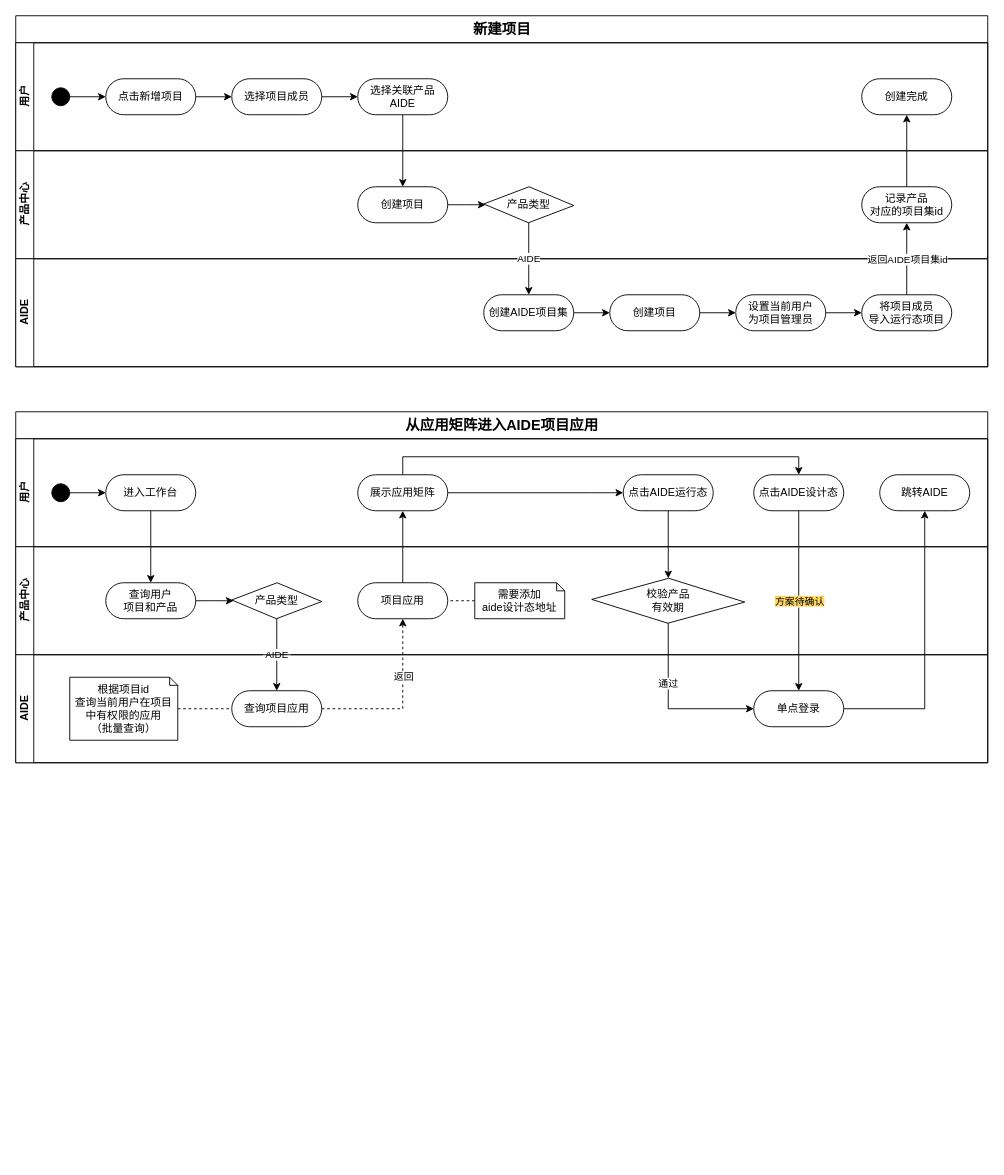
Qunz/drawio keeps this draw.io diagram as page "AIDE交互活动图" (3 of 3) of others/产品中心.drawio. Above is the earlier version. Source tidied: cells renumbered, new cells numbered last; positions are measured from the earlier drawing's top-left corner, leaving out a move shared by most shapes. Both pictures are drawn from the tidied source at 90%, with x=0, y=0 at pixel (15, 15).
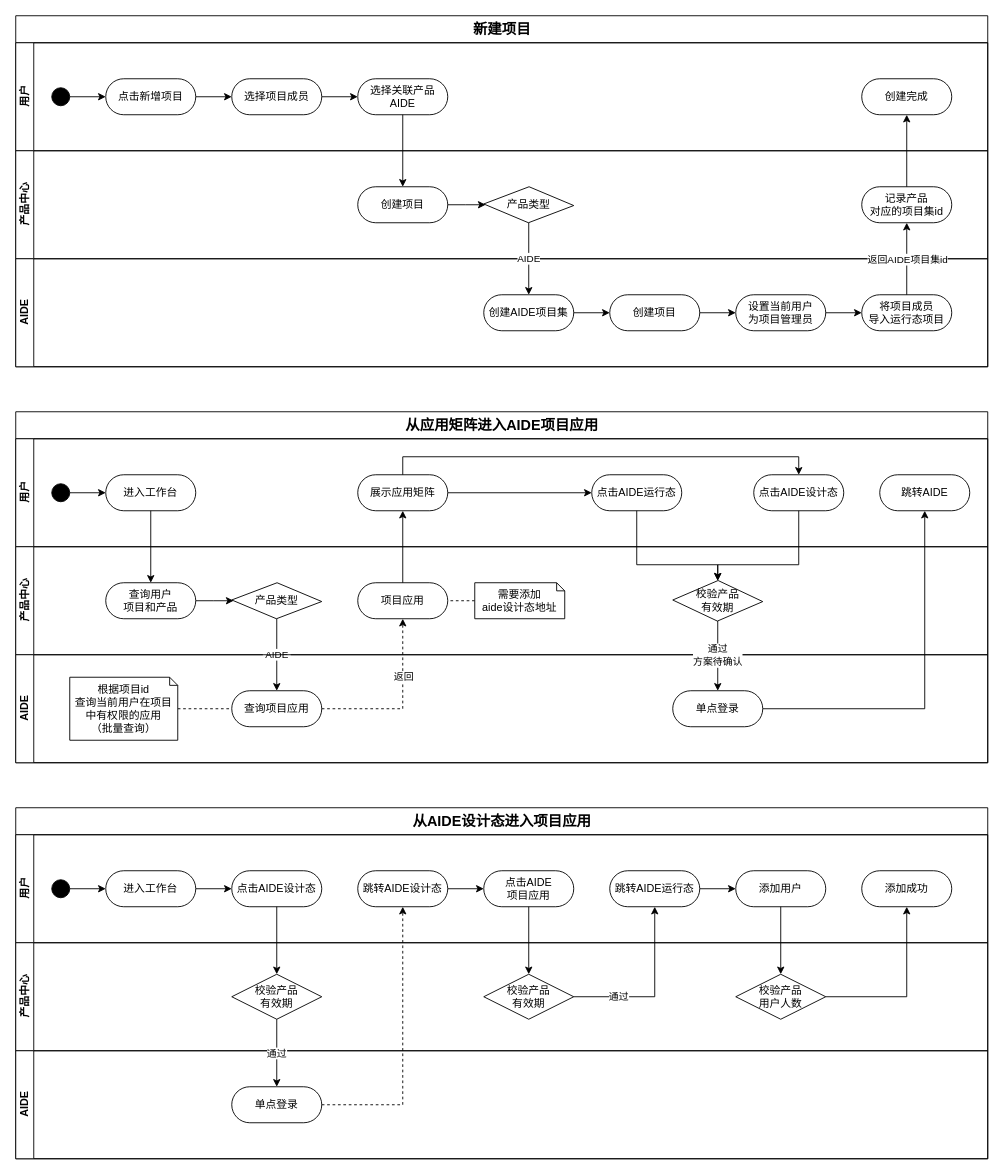
The same page after the edit.

The change refers to these unchanged cells:
```xml
<mxCell id="30" value="从应用矩阵进入AIDE项目应用" style="swimlane;horizontal=1;startSize=30;html=1;fontSize=16;" parent="1" vertex="1">
  <mxGeometry y="440" width="1080" height="390" as="geometry" />
</mxCell>
<mxCell id="31" value="用户" style="swimlane;startSize=20;horizontal=0;html=1;" parent="30" vertex="1">
  <mxGeometry y="30" width="1080" height="120" as="geometry" />
</mxCell>
<mxCell id="39" value="点击AIDE设计态" style="rounded=1;whiteSpace=wrap;html=1;arcSize=50;rotation=0;" parent="31" vertex="1">
  <mxGeometry x="820" y="40" width="100" height="40" as="geometry" />
</mxCell>
<mxCell id="41" value="产品中心" style="swimlane;startSize=20;horizontal=0;html=1;" parent="30" vertex="1">
  <mxGeometry y="150" width="1080" height="120" as="geometry" />
</mxCell>
<mxCell id="57" value="AIDE" style="swimlane;startSize=20;horizontal=0;html=1;" parent="30" vertex="1">
  <mxGeometry y="270" width="1080" height="120" as="geometry" />
</mxCell>
```

What changed in the source:
```diff
@@
     <mxCell id="37" value="点击AIDE运行态" style="rounded=1;whiteSpace=wrap;html=1;arcSize=50;rotation=0;" parent="31" vertex="1">
-      <mxGeometry x="675" y="40" width="100" height="40" as="geometry" />
+      <mxGeometry x="640" y="40" width="100" height="40" as="geometry" />
     </mxCell>
@@
     <mxCell id="48" value="校验产品&lt;div&gt;有效期&lt;/div&gt;" style="rhombus;whiteSpace=wrap;html=1;rotation=1;labelPosition=center;verticalLabelPosition=middle;align=center;verticalAlign=middle;" parent="41" vertex="1">
-      <mxGeometry x="640" y="35" width="170" height="50" as="geometry" />
+      <mxGeometry x="730" y="37.5" width="100" height="45.1" as="geometry" />
     </mxCell>
@@
     <mxCell id="52" style="edgeStyle=orthogonalEdgeStyle;rounded=0;jettySize=auto;html=1;" parent="30" edge="1" source="37" target="48">
-      <mxGeometry relative="1" as="geometry" />
+      <mxGeometry relative="1" as="geometry">
+        <Array as="points">
+          <mxPoint x="690" y="170" />
+          <mxPoint x="780" y="170" />
+        </Array>
+      </mxGeometry>
     </mxCell>
-    <mxCell id="53" value="通过" style="edgeStyle=orthogonalEdgeStyle;rounded=0;jettySize=auto;html=1;" parent="30" edge="1" source="48" target="59">
-      <mxGeometry x="-0.29" relative="1" as="geometry">
-        <Array as="points">
-          <mxPoint x="725" y="330" />
-        </Array>
-      </mxGeometry>
-    </mxCell>
@@
-    <mxCell id="55" style="edgeStyle=orthogonalEdgeStyle;rounded=0;jettySize=auto;html=1;" parent="30" edge="1" source="39" target="59">
-      <mxGeometry relative="1" as="geometry" />
-    </mxCell>
-    <mxCell id="56" value="&lt;span style=&quot;background-color: rgb(255, 217, 102);&quot;&gt;方案待确认&lt;/span&gt;" style="edgeLabel;html=1;align=center;verticalAlign=middle;" parent="55" vertex="1">
-      <mxGeometry x="0.12" y="-1" relative="1" as="geometry">
-        <mxPoint x="1" y="-12" as="offset" />
-      </mxGeometry>
-    </mxCell>
@@
-    <mxCell id="59" value="单点登录" style="rounded=1;whiteSpace=wrap;html=1;arcSize=50;rotation=0;" parent="57" vertex="1">
-      <mxGeometry x="820" y="40" width="100" height="40" as="geometry" />
-    </mxCell>
@@
+    <mxCell id="59" value="单点登录" style="rounded=1;whiteSpace=wrap;html=1;arcSize=50;rotation=0;" parent="57" vertex="1">
+      <mxGeometry x="730" y="40" width="100" height="40" as="geometry" />
+    </mxCell>
@@
+    <mxCell id="64" style="edgeStyle=orthogonalEdgeStyle;rounded=0;jettySize=auto;html=1;" parent="30" edge="1" source="39" target="48">
+      <mxGeometry relative="1" as="geometry">
+        <Array as="points">
+          <mxPoint x="870" y="170" />
+          <mxPoint x="780" y="170" />
+        </Array>
+      </mxGeometry>
+    </mxCell>
+    <mxCell id="53" value="通过&lt;br&gt;方案待确认" style="edgeStyle=orthogonalEdgeStyle;rounded=0;jettySize=auto;html=1;" parent="30" edge="1" source="48" target="59">
+      <mxGeometry relative="1" as="geometry" />
+    </mxCell>
+    <mxCell id="65" value="从AIDE设计态进入项目应用" style="swimlane;horizontal=1;startSize=30;html=1;fontSize=16;" parent="1" vertex="1">
+      <mxGeometry y="880" width="1080" height="390" as="geometry" />
+    </mxCell>
+    <mxCell id="66" value="用户" style="swimlane;startSize=20;horizontal=0;html=1;" parent="65" vertex="1">
+      <mxGeometry y="30" width="1080" height="120" as="geometry" />
+    </mxCell>
+    <mxCell id="67" style="edgeStyle=orthogonalEdgeStyle;rounded=0;jettySize=auto;html=1;" parent="66" edge="1" source="68" target="70">
+      <mxGeometry relative="1" as="geometry" />
+    </mxCell>
+    <mxCell id="68" style="ellipse;fillColor=strokeColor;html=1;rotation=-90;" parent="66" vertex="1">
+      <mxGeometry x="40" y="50" width="20" height="20" as="geometry" />
+    </mxCell>
+    <mxCell id="69" style="edgeStyle=orthogonalEdgeStyle;rounded=0;jettySize=auto;html=1;" parent="66" edge="1" source="70" target="74">
+      <mxGeometry relative="1" as="geometry" />
+    </mxCell>
+    <mxCell id="70" value="进入工作台" style="rounded=1;whiteSpace=wrap;html=1;arcSize=50;rotation=0;" parent="66" vertex="1">
+      <mxGeometry x="100" y="40" width="100" height="40" as="geometry" />
+    </mxCell>
+    <mxCell id="71" style="edgeStyle=orthogonalEdgeStyle;rounded=0;jettySize=auto;html=1;" parent="66" edge="1" source="72" target="73">
+      <mxGeometry relative="1" as="geometry" />
+    </mxCell>
+    <mxCell id="72" value="跳转AIDE设计态" style="rounded=1;whiteSpace=wrap;html=1;arcSize=50;rotation=0;" parent="66" vertex="1">
+      <mxGeometry x="380" y="40" width="100" height="40" as="geometry" />
+    </mxCell>
+    <mxCell id="73" value="点击AIDE&lt;div&gt;项目应用&lt;/div&gt;" style="rounded=1;whiteSpace=wrap;html=1;arcSize=50;rotation=0;" parent="66" vertex="1">
+      <mxGeometry x="520" y="40" width="100" height="40" as="geometry" />
+    </mxCell>
+    <mxCell id="74" value="点击AIDE设计态" style="rounded=1;whiteSpace=wrap;html=1;arcSize=50;rotation=0;" parent="66" vertex="1">
+      <mxGeometry x="240" y="40" width="100" height="40" as="geometry" />
+    </mxCell>
+    <mxCell id="75" style="edgeStyle=orthogonalEdgeStyle;rounded=0;jettySize=auto;html=1;" parent="66" edge="1" source="76" target="77">
+      <mxGeometry relative="1" as="geometry" />
+    </mxCell>
+    <mxCell id="76" value="跳转AIDE运行态" style="rounded=1;whiteSpace=wrap;html=1;arcSize=50;rotation=0;" parent="66" vertex="1">
+      <mxGeometry x="660" y="40" width="100" height="40" as="geometry" />
+    </mxCell>
+    <mxCell id="77" value="添加用户" style="rounded=1;whiteSpace=wrap;html=1;arcSize=50;rotation=0;" parent="66" vertex="1">
+      <mxGeometry x="800" y="40" width="100" height="40" as="geometry" />
+    </mxCell>
+    <mxCell id="78" value="添加成功" style="rounded=1;whiteSpace=wrap;html=1;arcSize=50;rotation=0;" parent="66" vertex="1">
+      <mxGeometry x="940" y="40" width="100" height="40" as="geometry" />
+    </mxCell>
+    <mxCell id="79" value="产品中心" style="swimlane;startSize=20;horizontal=0;html=1;" parent="65" vertex="1">
+      <mxGeometry y="150" width="1080" height="120" as="geometry" />
+    </mxCell>
+    <mxCell id="80" value="校验产品&lt;div&gt;&lt;span style=&quot;background-color: initial;&quot;&gt;有效期&lt;/span&gt;&lt;/div&gt;" style="rhombus;whiteSpace=wrap;html=1;rotation=0;" parent="79" vertex="1">
+      <mxGeometry x="240" y="35" width="100" height="50" as="geometry" />
+    </mxCell>
+    <mxCell id="81" value="校验产品&lt;div&gt;&lt;span style=&quot;background-color: initial;&quot;&gt;有效期&lt;/span&gt;&lt;/div&gt;" style="rhombus;whiteSpace=wrap;html=1;rotation=0;" parent="79" vertex="1">
+      <mxGeometry x="520" y="35" width="100" height="50" as="geometry" />
+    </mxCell>
+    <mxCell id="82" value="校验产品&lt;div&gt;&lt;span style=&quot;background-color: initial;&quot;&gt;用户人数&lt;/span&gt;&lt;/div&gt;" style="rhombus;whiteSpace=wrap;html=1;rotation=0;" parent="79" vertex="1">
+      <mxGeometry x="800" y="35" width="100" height="50" as="geometry" />
+    </mxCell>
+    <mxCell id="83" value="AIDE" style="swimlane;startSize=20;horizontal=0;html=1;" parent="65" vertex="1">
+      <mxGeometry y="270" width="1080" height="120" as="geometry" />
+    </mxCell>
+    <mxCell id="84" value="单点登录" style="rounded=1;whiteSpace=wrap;html=1;arcSize=50;rotation=0;fontSize=12;" parent="83" vertex="1">
+      <mxGeometry x="240" y="40" width="100" height="40" as="geometry" />
+    </mxCell>
+    <mxCell id="85" style="edgeStyle=orthogonalEdgeStyle;rounded=0;jettySize=auto;html=1;dashed=1;" parent="65" edge="1" source="84" target="72">
+      <mxGeometry relative="1" as="geometry" />
+    </mxCell>
+    <mxCell id="86" style="edgeStyle=orthogonalEdgeStyle;rounded=0;jettySize=auto;html=1;" parent="65" edge="1" source="74" target="80">
+      <mxGeometry relative="1" as="geometry" />
+    </mxCell>
+    <mxCell id="87" value="通过" style="edgeStyle=orthogonalEdgeStyle;rounded=0;jettySize=auto;html=1;" parent="65" edge="1" source="80" target="84">
+      <mxGeometry relative="1" as="geometry" />
+    </mxCell>
+    <mxCell id="88" style="edgeStyle=orthogonalEdgeStyle;rounded=0;jettySize=auto;html=1;" parent="65" edge="1" source="73" target="81">
+      <mxGeometry relative="1" as="geometry" />
+    </mxCell>
+    <mxCell id="89" value="通过" style="edgeStyle=orthogonalEdgeStyle;rounded=0;jettySize=auto;html=1;" parent="65" edge="1" source="81" target="76">
+      <mxGeometry x="-0.47" relative="1" as="geometry" />
+    </mxCell>
+    <mxCell id="90" style="edgeStyle=orthogonalEdgeStyle;rounded=0;jettySize=auto;html=1;" parent="65" edge="1" source="77" target="82">
+      <mxGeometry relative="1" as="geometry" />
+    </mxCell>
+    <mxCell id="91" style="edgeStyle=orthogonalEdgeStyle;rounded=0;jettySize=auto;html=1;" parent="65" edge="1" source="82" target="78">
+      <mxGeometry relative="1" as="geometry" />
+    </mxCell>
```
